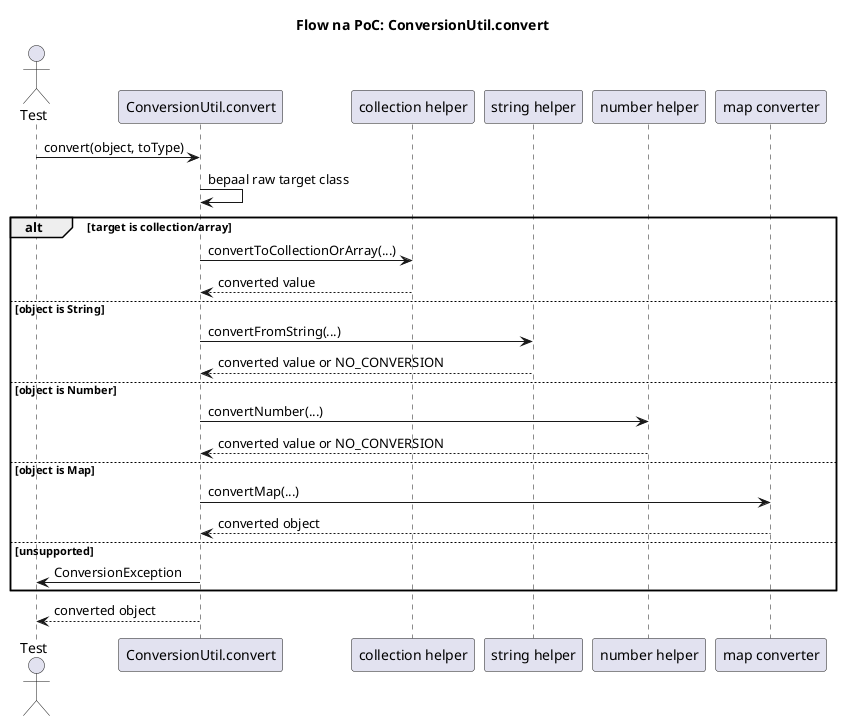
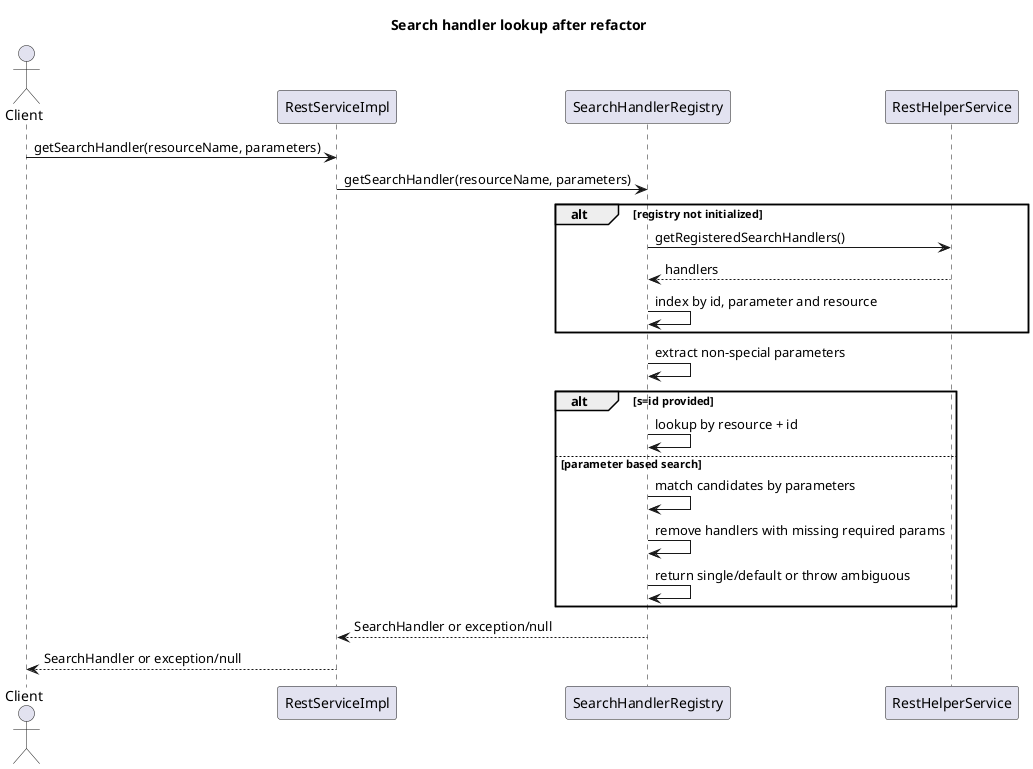
@startuml
- title Flow na PoC: ConversionUtil.convert
+ title Search handler lookup after refactor

- actor Test
- participant "ConversionUtil.convert" as Convert
- participant "collection helper" as Collection
- participant "string helper" as StringHelper
- participant "number helper" as NumberHelper
- participant "map converter" as MapConverter
+ actor Client
+ participant RestServiceImpl
+ participant SearchHandlerRegistry
+ participant RestHelperService

- Test -> Convert: convert(object, toType)
- Convert -> Convert: bepaal raw target class
- alt target is collection/array
-   Convert -> Collection: convertToCollectionOrArray(...)
-   Collection --> Convert: converted value
- else object is String
-   Convert -> StringHelper: convertFromString(...)
-   StringHelper --> Convert: converted value or NO_CONVERSION
- else object is Number
-   Convert -> NumberHelper: convertNumber(...)
-   NumberHelper --> Convert: converted value or NO_CONVERSION
- else object is Map
-   Convert -> MapConverter: convertMap(...)
-   MapConverter --> Convert: converted object
- else unsupported
-   Convert -> Test: ConversionException
+ Client -> RestServiceImpl : getSearchHandler(resourceName, parameters)
+ RestServiceImpl -> SearchHandlerRegistry : getSearchHandler(resourceName, parameters)
+ 
+ alt registry not initialized
+   SearchHandlerRegistry -> RestHelperService : getRegisteredSearchHandlers()
+   RestHelperService --> SearchHandlerRegistry : handlers
+   SearchHandlerRegistry -> SearchHandlerRegistry : index by id, parameter and resource
end
- Convert --> Test: converted object
+ 
+ SearchHandlerRegistry -> SearchHandlerRegistry : extract non-special parameters
+ alt s=id provided
+   SearchHandlerRegistry -> SearchHandlerRegistry : lookup by resource + id
+ else parameter based search
+   SearchHandlerRegistry -> SearchHandlerRegistry : match candidates by parameters
+   SearchHandlerRegistry -> SearchHandlerRegistry : remove handlers with missing required params
+   SearchHandlerRegistry -> SearchHandlerRegistry : return single/default or throw ambiguous
+ end
+ 
+ SearchHandlerRegistry --> RestServiceImpl : SearchHandler or exception/null
+ RestServiceImpl --> Client : SearchHandler or exception/null
@enduml
